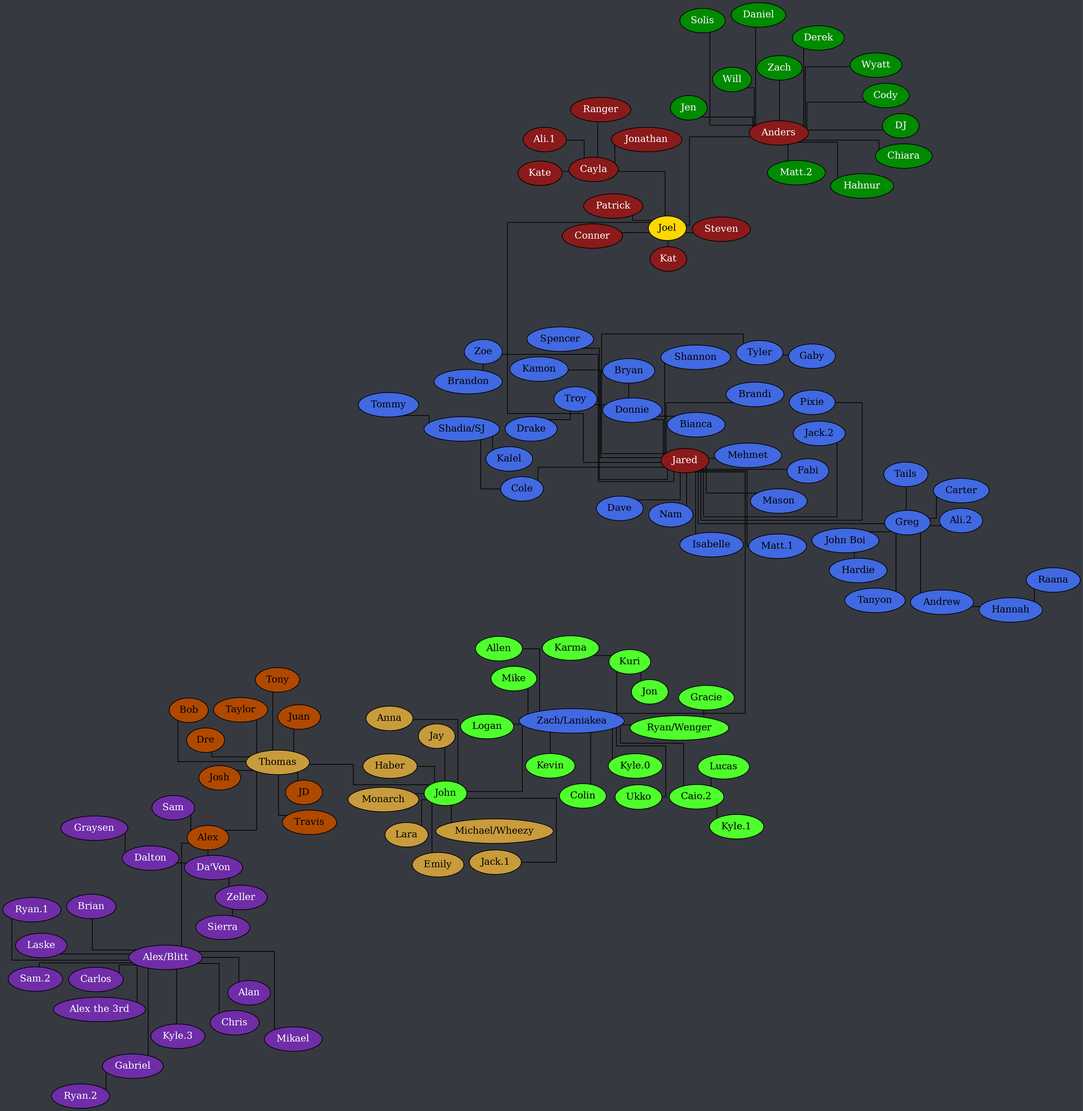
Above: tree.png in Documidas/CoronaCatzFamilyTree (Graphviz), before the change. Its source is kept beside it as tree.dot.
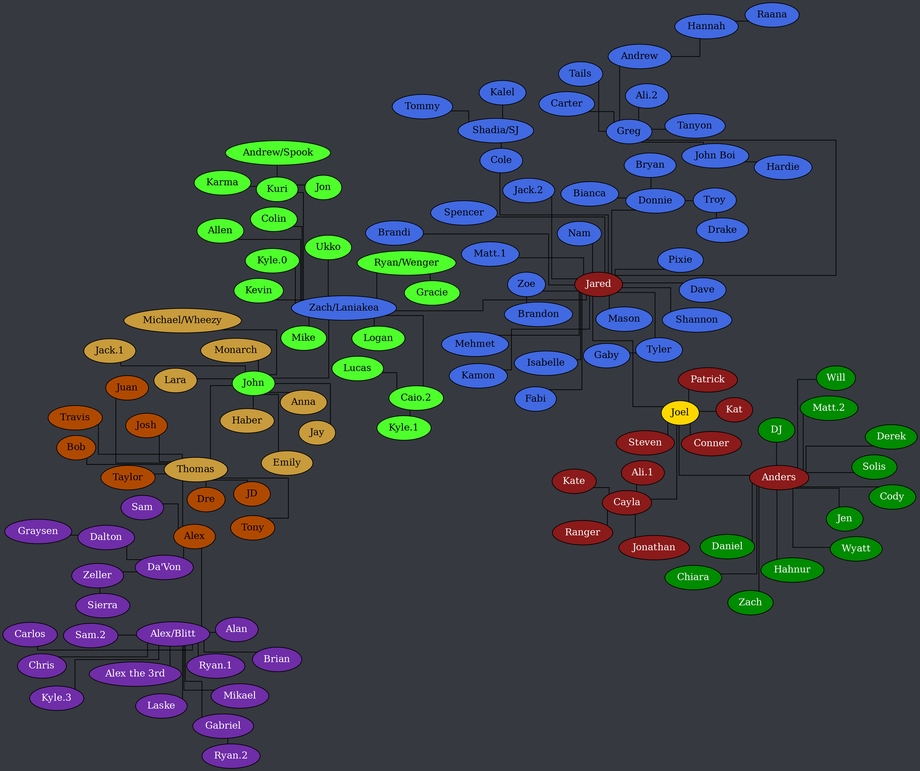
After the commit.

Commit message:
Add Andrew/Spook

The edit, as a diff of the source:
```diff
@@ -92,6 +92,7 @@
 
 		"Caio.2" -- "Kyle.1";
 		"Caio.2" -- Lucas;
+		Kuri -- "Andrew/Spook";
 		Kuri -- Jon;
 		Kuri -- Karma;
 		"Ryan/Wenger" -- Gracie;
```
